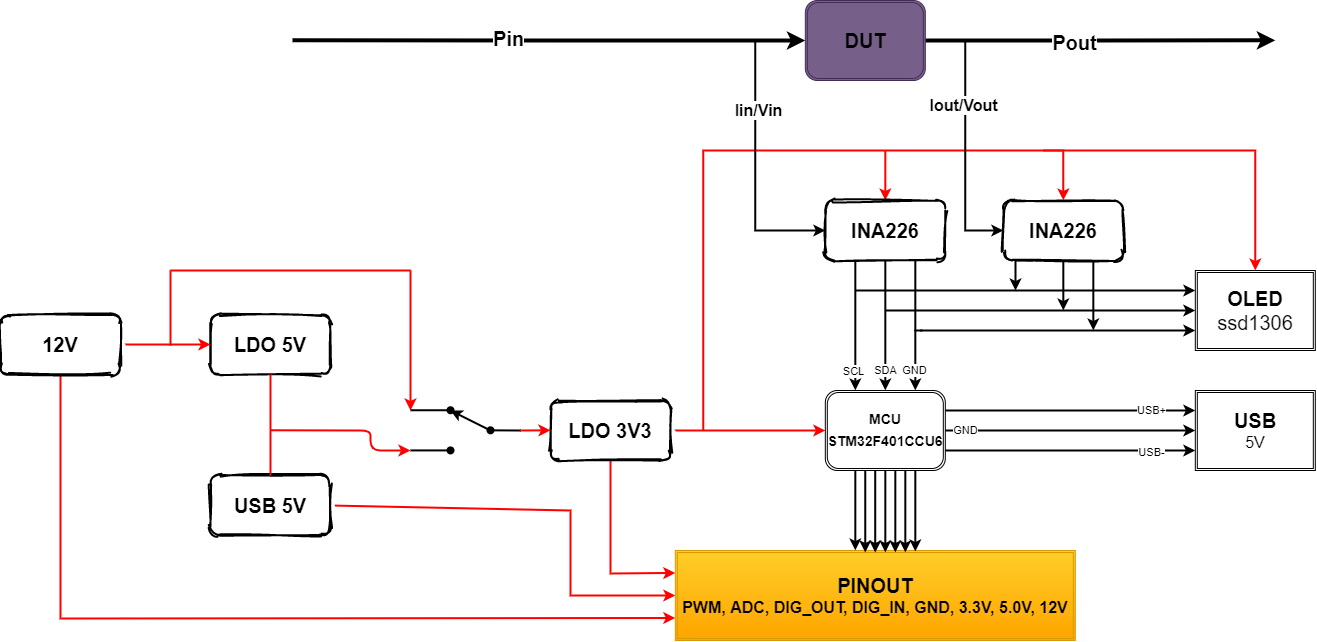
quractech/remdx keeps this draw.io diagram as concept_white.png. Above is the earlier version. Source tidied: cells renumbered, new cells last; positions are measured from the earlier drawing's top-left corner, leaving out a move shared by most shapes.
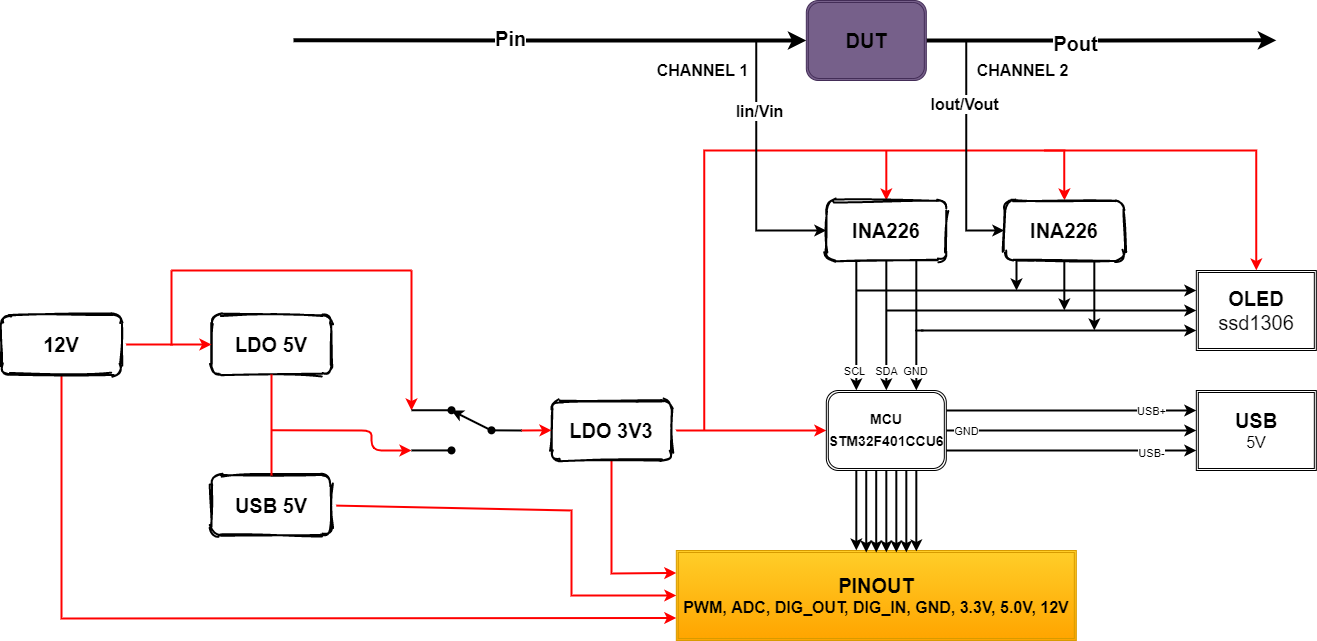
After the change.

Change to the diagram source:
```diff
@@ -315,5 +315,11 @@
         </Array>
       </mxGeometry>
     </mxCell>
+    <mxCell id="66" value="CHANNEL 1" style="edgeLabel;html=1;align=center;verticalAlign=middle;fontSize=16;fontStyle=1;" parent="1" vertex="1">
+      <mxGeometry x="700" y="70" as="geometry" />
+    </mxCell>
+    <mxCell id="67" value="CHANNEL 2" style="edgeLabel;html=1;align=center;verticalAlign=middle;fontSize=16;fontStyle=1;" parent="1" vertex="1">
+      <mxGeometry x="1020" y="70" as="geometry" />
+    </mxCell>
   </root>
 </mxGraphModel>
```
